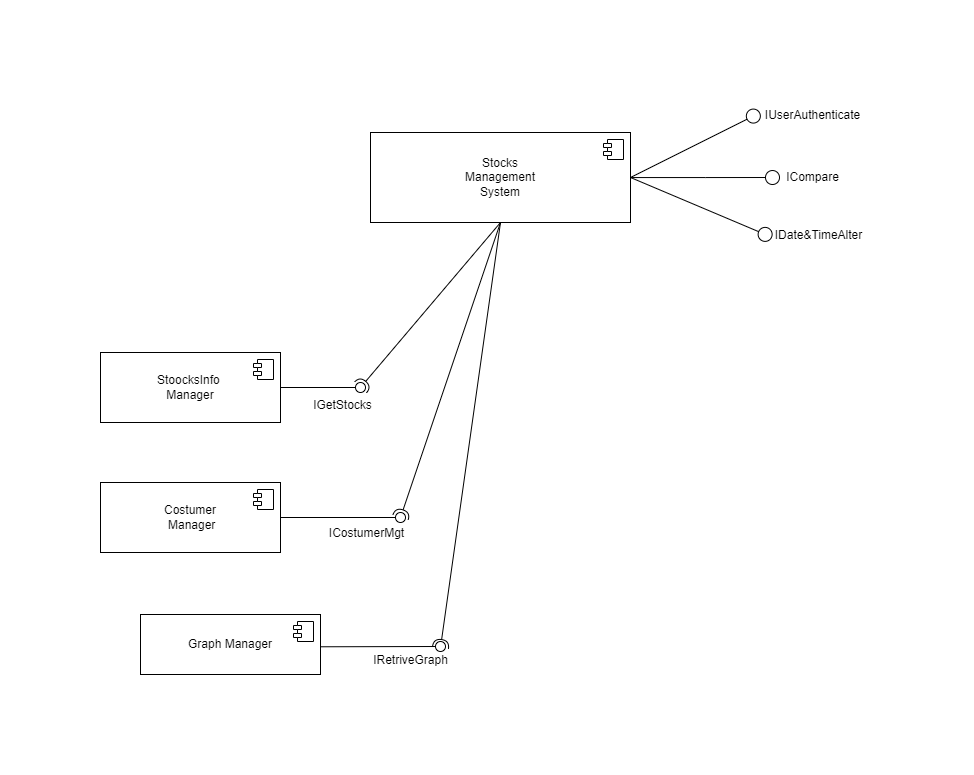
Above: Documentation/Graphical models/Initial_System_Artitecture.png in MMadejsza/Architecture_and_Design-_CW_-Java-Javalin-JS (draw.io), before the change. Source tidied: cells renumbered, new cells last; positions are measured from the earlier drawing's top-left corner, leaving out a move shared by most shapes. The source it was exported from:
```xml
<mxGraphModel>
  <root>
    <mxCell id="0" />
    <mxCell id="1" parent="0" />
    <mxCell id="2" style="rounded=0;jettySize=auto;html=1;endArrow=circle;endFill=0;exitX=1;exitY=0.5;exitDx=0;exitDy=0;" parent="1" edge="1" source="5">
      <mxGeometry relative="1" as="geometry">
        <mxPoint x="660" y="12" as="targetPoint" />
      </mxGeometry>
    </mxCell>
    <mxCell id="3" style="edgeStyle=orthogonalEdgeStyle;rounded=0;jettySize=auto;html=1;endArrow=circle;endFill=0;" parent="1" edge="1" source="5">
      <mxGeometry relative="1" as="geometry">
        <mxPoint x="680" y="77" as="targetPoint" />
      </mxGeometry>
    </mxCell>
    <mxCell id="4" style="rounded=0;jettySize=auto;html=1;exitX=1;exitY=0.5;exitDx=0;exitDy=0;endArrow=circle;endFill=0;" parent="1" edge="1" source="5">
      <mxGeometry relative="1" as="geometry">
        <mxPoint x="672" y="137" as="targetPoint" />
      </mxGeometry>
    </mxCell>
    <mxCell id="5" value="Stocks &lt;br&gt;Management &lt;br&gt;System" style="html=1;whiteSpace=wrap;" parent="1" vertex="1">
      <mxGeometry x="270" y="32" width="260" height="90" as="geometry" />
    </mxCell>
    <mxCell id="6" style="shape=module;jettyWidth=8;jettyHeight=4;" parent="5" vertex="1">
      <mxGeometry x="1" width="20" height="20" relative="1" as="geometry">
        <mxPoint x="-27" y="7" as="offset" />
      </mxGeometry>
    </mxCell>
    <mxCell id="7" value="Costumer&lt;br&gt;&amp;nbsp;Manager" style="html=1;whiteSpace=wrap;" parent="1" vertex="1">
      <mxGeometry y="382" width="180" height="70" as="geometry" />
    </mxCell>
    <mxCell id="8" style="shape=module;jettyWidth=8;jettyHeight=4;" parent="7" vertex="1">
      <mxGeometry x="1" width="20" height="20" relative="1" as="geometry">
        <mxPoint x="-27" y="7" as="offset" />
      </mxGeometry>
    </mxCell>
    <mxCell id="9" value="StoocksInfo&amp;nbsp;&lt;br&gt;Manager" style="html=1;whiteSpace=wrap;" parent="1" vertex="1">
      <mxGeometry y="252" width="180" height="70" as="geometry" />
    </mxCell>
    <mxCell id="10" style="shape=module;jettyWidth=8;jettyHeight=4;" parent="9" vertex="1">
      <mxGeometry x="1" width="20" height="20" relative="1" as="geometry">
        <mxPoint x="-27" y="7" as="offset" />
      </mxGeometry>
    </mxCell>
    <mxCell id="11" value="Graph Manager" style="html=1;whiteSpace=wrap;" parent="1" vertex="1">
      <mxGeometry x="40" y="514" width="180" height="60" as="geometry" />
    </mxCell>
    <mxCell id="12" style="shape=module;jettyWidth=8;jettyHeight=4;" parent="11" vertex="1">
      <mxGeometry x="1" width="20" height="20" relative="1" as="geometry">
        <mxPoint x="-27" y="7" as="offset" />
      </mxGeometry>
    </mxCell>
    <mxCell id="13" style="rounded=0;jettySize=auto;html=1;endArrow=halfCircle;endFill=0;endSize=6;strokeWidth=1;sketch=0;exitX=0.5;exitY=1;exitDx=0;exitDy=0;" parent="1" edge="1" source="5" target="15">
      <mxGeometry relative="1" as="geometry" />
    </mxCell>
    <mxCell id="14" style="rounded=0;jettySize=auto;html=1;endArrow=oval;endFill=0;sketch=0;sourcePerimeterSpacing=0;targetPerimeterSpacing=0;endSize=10;exitX=1;exitY=0.5;exitDx=0;exitDy=0;" parent="1" edge="1" source="9" target="15">
      <mxGeometry relative="1" as="geometry" />
    </mxCell>
    <mxCell id="15" style="ellipse;whiteSpace=wrap;html=1;align=center;fillColor=none;strokeColor=none;perimeter=centerPerimeter;points=[];outlineConnect=1;" parent="1" vertex="1">
      <mxGeometry x="255" y="282" width="10" height="10" as="geometry" />
    </mxCell>
    <mxCell id="16" style="rounded=0;jettySize=auto;html=1;endArrow=halfCircle;endFill=0;endSize=6;strokeWidth=1;sketch=0;exitX=0.5;exitY=1;exitDx=0;exitDy=0;" parent="1" edge="1" source="5" target="18">
      <mxGeometry relative="1" as="geometry" />
    </mxCell>
    <mxCell id="17" style="rounded=0;jettySize=auto;html=1;endArrow=oval;endFill=0;sketch=0;sourcePerimeterSpacing=0;targetPerimeterSpacing=0;endSize=10;exitX=1;exitY=0.5;exitDx=0;exitDy=0;" parent="1" edge="1" source="7" target="18">
      <mxGeometry relative="1" as="geometry" />
    </mxCell>
    <mxCell id="18" style="ellipse;whiteSpace=wrap;html=1;align=center;fillColor=none;strokeColor=none;perimeter=centerPerimeter;points=[];outlineConnect=1;" parent="1" vertex="1">
      <mxGeometry x="295" y="412" width="10" height="10" as="geometry" />
    </mxCell>
    <mxCell id="19" style="rounded=0;jettySize=auto;html=1;endArrow=halfCircle;endFill=0;endSize=6;strokeWidth=1;sketch=0;exitX=0.5;exitY=1;exitDx=0;exitDy=0;" parent="1" edge="1" source="5" target="21">
      <mxGeometry relative="1" as="geometry" />
    </mxCell>
    <mxCell id="20" style="rounded=0;jettySize=auto;html=1;endArrow=oval;endFill=0;sketch=0;sourcePerimeterSpacing=0;targetPerimeterSpacing=0;endSize=10;exitX=1;exitY=0.538;exitDx=0;exitDy=0;exitPerimeter=0;" parent="1" edge="1" source="11">
      <mxGeometry relative="1" as="geometry">
        <mxPoint x="340" y="546" as="targetPoint" />
      </mxGeometry>
    </mxCell>
    <mxCell id="21" style="ellipse;whiteSpace=wrap;html=1;align=center;fillColor=none;strokeColor=none;perimeter=centerPerimeter;points=[];outlineConnect=1;" parent="1" vertex="1">
      <mxGeometry x="335" y="542" width="10" height="10" as="geometry" />
    </mxCell>
    <mxCell id="22" style="edgeStyle=orthogonalEdgeStyle;rounded=0;orthogonalLoop=1;jettySize=auto;html=1;exitX=0.5;exitY=1;exitDx=0;exitDy=0;" parent="1" edge="1" source="7" target="7">
      <mxGeometry relative="1" as="geometry" />
    </mxCell>
    <mxCell id="23" value="IUserAuthenticate" style="text;html=1;align=center;verticalAlign=middle;strokeColor=none;fillColor=none;" parent="1" vertex="1">
      <mxGeometry x="652" width="120" height="30" as="geometry" />
    </mxCell>
    <mxCell id="24" value="ICompare" style="text;html=1;align=center;verticalAlign=middle;strokeColor=none;fillColor=none;" parent="1" vertex="1">
      <mxGeometry x="672" y="62" width="80" height="30" as="geometry" />
    </mxCell>
    <mxCell id="25" value="IDate&amp;amp;TimeAlter" style="text;html=1;align=center;verticalAlign=middle;points=[];strokeColor=none;fillColor=none;" parent="1" vertex="1">
      <mxGeometry x="663" y="120" width="110" height="30" as="geometry" />
    </mxCell>
    <mxCell id="26" value="IGetStocks" style="text;html=1;align=center;verticalAlign=middle;strokeColor=none;fillColor=none;" parent="1" vertex="1">
      <mxGeometry x="202" y="290" width="80" height="30" as="geometry" />
    </mxCell>
    <mxCell id="27" value="ICostumerMgt" style="text;html=1;align=center;verticalAlign=middle;strokeColor=none;fillColor=none;" parent="1" vertex="1">
      <mxGeometry x="216" y="418" width="100" height="30" as="geometry" />
    </mxCell>
    <mxCell id="28" value="IRetriveGraph" style="text;html=1;align=center;verticalAlign=middle;strokeColor=none;fillColor=none;" parent="1" vertex="1">
      <mxGeometry x="260" y="545" width="100" height="30" as="geometry" />
    </mxCell>
  </root>
</mxGraphModel>
```
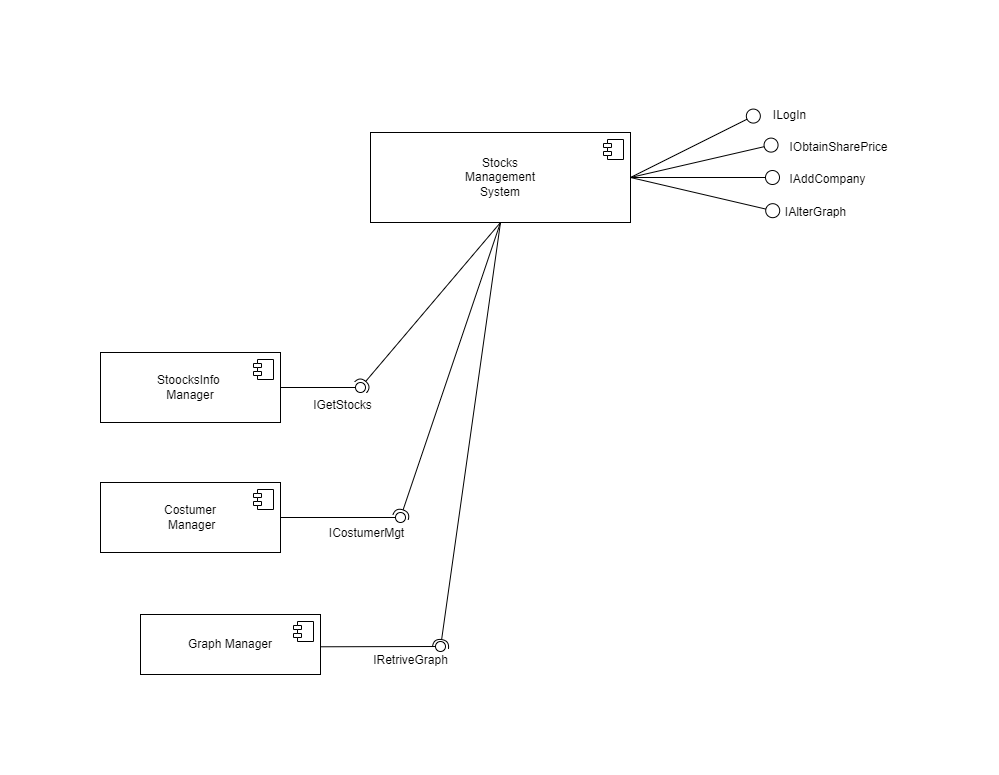
Above is the later version.

What changed in the source:
```diff
@@ -2,102 +2,110 @@
   <root>
     <mxCell id="0" />
     <mxCell id="1" parent="0" />
-    <mxCell id="2" style="rounded=0;jettySize=auto;html=1;endArrow=circle;endFill=0;exitX=1;exitY=0.5;exitDx=0;exitDy=0;" parent="1" edge="1" source="5">
+    <mxCell id="2" style="rounded=0;jettySize=auto;html=1;endArrow=circle;endFill=0;exitX=1;exitY=0.5;exitDx=0;exitDy=0;" parent="1" edge="1" source="6">
       <mxGeometry relative="1" as="geometry">
         <mxPoint x="660" y="12" as="targetPoint" />
       </mxGeometry>
     </mxCell>
-    <mxCell id="3" style="edgeStyle=orthogonalEdgeStyle;rounded=0;jettySize=auto;html=1;endArrow=circle;endFill=0;" parent="1" edge="1" source="5">
+    <mxCell id="3" style="rounded=0;jettySize=auto;html=1;endArrow=circle;endFill=0;entryX=0.003;entryY=0.36;entryDx=0;entryDy=0;entryPerimeter=0;" parent="1" edge="1" target="25">
       <mxGeometry relative="1" as="geometry">
-        <mxPoint x="680" y="77" as="targetPoint" />
+        <mxPoint x="530" y="77" as="sourcePoint" />
       </mxGeometry>
     </mxCell>
-    <mxCell id="4" style="rounded=0;jettySize=auto;html=1;exitX=1;exitY=0.5;exitDx=0;exitDy=0;endArrow=circle;endFill=0;" parent="1" edge="1" source="5">
+    <mxCell id="4" style="rounded=0;jettySize=auto;html=1;exitX=1;exitY=0.5;exitDx=0;exitDy=0;endArrow=circle;endFill=0;" parent="1" edge="1" source="6">
       <mxGeometry relative="1" as="geometry">
-        <mxPoint x="672" y="137" as="targetPoint" />
+        <mxPoint x="680" y="77" as="targetPoint" />
       </mxGeometry>
     </mxCell>
-    <mxCell id="5" value="Stocks &lt;br&gt;Management &lt;br&gt;System" style="html=1;whiteSpace=wrap;" parent="1" vertex="1">
-      <mxGeometry x="270" y="32" width="260" height="90" as="geometry" />
+    <mxCell id="5" style="rounded=0;jettySize=auto;html=1;endArrow=circle;endFill=0;exitX=1;exitY=0.5;exitDx=0;exitDy=0;" parent="1" edge="1" source="6">
+      <mxGeometry relative="1" as="geometry">
+        <mxPoint x="680" y="112" as="targetPoint" />
+      </mxGeometry>
     </mxCell>
-    <mxCell id="6" style="shape=module;jettyWidth=8;jettyHeight=4;" parent="5" vertex="1">
-      <mxGeometry x="1" width="20" height="20" relative="1" as="geometry">
-        <mxPoint x="-27" y="7" as="offset" />
-      </mxGeometry>
+    <mxCell id="6" value="Stocks &lt;br&gt;Management &lt;br&gt;System" style="html=1;whiteSpace=wrap;" parent="1" vertex="1">
+      <mxGeometry x="270" y="32" width="260" height="90" as="geometry" />
     </mxCell>
-    <mxCell id="7" value="Costumer&lt;br&gt;&amp;nbsp;Manager" style="html=1;whiteSpace=wrap;" parent="1" vertex="1">
-      <mxGeometry y="382" width="180" height="70" as="geometry" />
+    <mxCell id="7" style="shape=module;jettyWidth=8;jettyHeight=4;" parent="6" vertex="1">
+      <mxGeometry x="1" width="20" height="20" relative="1" as="geometry">
+        <mxPoint x="-27" y="7" as="offset" />
+      </mxGeometry>
     </mxCell>
-    <mxCell id="8" style="shape=module;jettyWidth=8;jettyHeight=4;" parent="7" vertex="1">
-      <mxGeometry x="1" width="20" height="20" relative="1" as="geometry">
-        <mxPoint x="-27" y="7" as="offset" />
-      </mxGeometry>
+    <mxCell id="8" value="Costumer&lt;br&gt;&amp;nbsp;Manager" style="html=1;whiteSpace=wrap;" parent="1" vertex="1">
+      <mxGeometry y="382" width="180" height="70" as="geometry" />
     </mxCell>
-    <mxCell id="9" value="StoocksInfo&amp;nbsp;&lt;br&gt;Manager" style="html=1;whiteSpace=wrap;" parent="1" vertex="1">
-      <mxGeometry y="252" width="180" height="70" as="geometry" />
+    <mxCell id="9" style="shape=module;jettyWidth=8;jettyHeight=4;" parent="8" vertex="1">
+      <mxGeometry x="1" width="20" height="20" relative="1" as="geometry">
+        <mxPoint x="-27" y="7" as="offset" />
+      </mxGeometry>
     </mxCell>
-    <mxCell id="10" style="shape=module;jettyWidth=8;jettyHeight=4;" parent="9" vertex="1">
-      <mxGeometry x="1" width="20" height="20" relative="1" as="geometry">
-        <mxPoint x="-27" y="7" as="offset" />
-      </mxGeometry>
+    <mxCell id="10" value="StoocksInfo&amp;nbsp;&lt;br&gt;Manager" style="html=1;whiteSpace=wrap;" parent="1" vertex="1">
+      <mxGeometry y="252" width="180" height="70" as="geometry" />
     </mxCell>
-    <mxCell id="11" value="Graph Manager" style="html=1;whiteSpace=wrap;" parent="1" vertex="1">
-      <mxGeometry x="40" y="514" width="180" height="60" as="geometry" />
+    <mxCell id="11" style="shape=module;jettyWidth=8;jettyHeight=4;" parent="10" vertex="1">
+      <mxGeometry x="1" width="20" height="20" relative="1" as="geometry">
+        <mxPoint x="-27" y="7" as="offset" />
+      </mxGeometry>
     </mxCell>
-    <mxCell id="12" style="shape=module;jettyWidth=8;jettyHeight=4;" parent="11" vertex="1">
-      <mxGeometry x="1" width="20" height="20" relative="1" as="geometry">
-        <mxPoint x="-27" y="7" as="offset" />
-      </mxGeometry>
+    <mxCell id="12" value="Graph Manager" style="html=1;whiteSpace=wrap;" parent="1" vertex="1">
+      <mxGeometry x="40" y="514" width="180" height="60" as="geometry" />
     </mxCell>
-    <mxCell id="13" style="rounded=0;jettySize=auto;html=1;endArrow=halfCircle;endFill=0;endSize=6;strokeWidth=1;sketch=0;exitX=0.5;exitY=1;exitDx=0;exitDy=0;" parent="1" edge="1" source="5" target="15">
-      <mxGeometry relative="1" as="geometry" />
+    <mxCell id="13" style="shape=module;jettyWidth=8;jettyHeight=4;" parent="12" vertex="1">
+      <mxGeometry x="1" width="20" height="20" relative="1" as="geometry">
+        <mxPoint x="-27" y="7" as="offset" />
+      </mxGeometry>
     </mxCell>
-    <mxCell id="14" style="rounded=0;jettySize=auto;html=1;endArrow=oval;endFill=0;sketch=0;sourcePerimeterSpacing=0;targetPerimeterSpacing=0;endSize=10;exitX=1;exitY=0.5;exitDx=0;exitDy=0;" parent="1" edge="1" source="9" target="15">
+    <mxCell id="14" style="rounded=0;jettySize=auto;html=1;endArrow=halfCircle;endFill=0;endSize=6;strokeWidth=1;sketch=0;exitX=0.5;exitY=1;exitDx=0;exitDy=0;" parent="1" edge="1" source="6" target="16">
       <mxGeometry relative="1" as="geometry" />
     </mxCell>
-    <mxCell id="15" style="ellipse;whiteSpace=wrap;html=1;align=center;fillColor=none;strokeColor=none;perimeter=centerPerimeter;points=[];outlineConnect=1;" parent="1" vertex="1">
-      <mxGeometry x="255" y="282" width="10" height="10" as="geometry" />
+    <mxCell id="15" style="rounded=0;jettySize=auto;html=1;endArrow=oval;endFill=0;sketch=0;sourcePerimeterSpacing=0;targetPerimeterSpacing=0;endSize=10;exitX=1;exitY=0.5;exitDx=0;exitDy=0;" parent="1" edge="1" source="10" target="16">
+      <mxGeometry relative="1" as="geometry" />
     </mxCell>
-    <mxCell id="16" style="rounded=0;jettySize=auto;html=1;endArrow=halfCircle;endFill=0;endSize=6;strokeWidth=1;sketch=0;exitX=0.5;exitY=1;exitDx=0;exitDy=0;" parent="1" edge="1" source="5" target="18">
-      <mxGeometry relative="1" as="geometry" />
+    <mxCell id="16" style="ellipse;whiteSpace=wrap;html=1;align=center;fillColor=none;strokeColor=none;perimeter=centerPerimeter;points=[];outlineConnect=1;" parent="1" vertex="1">
+      <mxGeometry x="255" y="282" width="10" height="10" as="geometry" />
     </mxCell>
-    <mxCell id="17" style="rounded=0;jettySize=auto;html=1;endArrow=oval;endFill=0;sketch=0;sourcePerimeterSpacing=0;targetPerimeterSpacing=0;endSize=10;exitX=1;exitY=0.5;exitDx=0;exitDy=0;" parent="1" edge="1" source="7" target="18">
+    <mxCell id="17" style="rounded=0;jettySize=auto;html=1;endArrow=halfCircle;endFill=0;endSize=6;strokeWidth=1;sketch=0;exitX=0.5;exitY=1;exitDx=0;exitDy=0;" parent="1" edge="1" source="6" target="19">
       <mxGeometry relative="1" as="geometry" />
     </mxCell>
-    <mxCell id="18" style="ellipse;whiteSpace=wrap;html=1;align=center;fillColor=none;strokeColor=none;perimeter=centerPerimeter;points=[];outlineConnect=1;" parent="1" vertex="1">
-      <mxGeometry x="295" y="412" width="10" height="10" as="geometry" />
+    <mxCell id="18" style="rounded=0;jettySize=auto;html=1;endArrow=oval;endFill=0;sketch=0;sourcePerimeterSpacing=0;targetPerimeterSpacing=0;endSize=10;exitX=1;exitY=0.5;exitDx=0;exitDy=0;" parent="1" edge="1" source="8" target="19">
+      <mxGeometry relative="1" as="geometry" />
     </mxCell>
-    <mxCell id="19" style="rounded=0;jettySize=auto;html=1;endArrow=halfCircle;endFill=0;endSize=6;strokeWidth=1;sketch=0;exitX=0.5;exitY=1;exitDx=0;exitDy=0;" parent="1" edge="1" source="5" target="21">
-      <mxGeometry relative="1" as="geometry" />
+    <mxCell id="19" style="ellipse;whiteSpace=wrap;html=1;align=center;fillColor=none;strokeColor=none;perimeter=centerPerimeter;points=[];outlineConnect=1;" parent="1" vertex="1">
+      <mxGeometry x="295" y="412" width="10" height="10" as="geometry" />
     </mxCell>
-    <mxCell id="20" style="rounded=0;jettySize=auto;html=1;endArrow=oval;endFill=0;sketch=0;sourcePerimeterSpacing=0;targetPerimeterSpacing=0;endSize=10;exitX=1;exitY=0.538;exitDx=0;exitDy=0;exitPerimeter=0;" parent="1" edge="1" source="11">
-      <mxGeometry relative="1" as="geometry">
-        <mxPoint x="340" y="546" as="targetPoint" />
-      </mxGeometry>
+    <mxCell id="20" style="rounded=0;jettySize=auto;html=1;endArrow=halfCircle;endFill=0;endSize=6;strokeWidth=1;sketch=0;exitX=0.5;exitY=1;exitDx=0;exitDy=0;" parent="1" edge="1" source="6" target="22">
+      <mxGeometry relative="1" as="geometry" />
     </mxCell>
-    <mxCell id="21" style="ellipse;whiteSpace=wrap;html=1;align=center;fillColor=none;strokeColor=none;perimeter=centerPerimeter;points=[];outlineConnect=1;" parent="1" vertex="1">
-      <mxGeometry x="335" y="542" width="10" height="10" as="geometry" />
+    <mxCell id="21" style="rounded=0;jettySize=auto;html=1;endArrow=oval;endFill=0;sketch=0;sourcePerimeterSpacing=0;targetPerimeterSpacing=0;endSize=10;exitX=1;exitY=0.538;exitDx=0;exitDy=0;exitPerimeter=0;" parent="1" edge="1" source="12">
+      <mxGeometry relative="1" as="geometry">
+        <mxPoint x="340" y="546" as="targetPoint" />
+      </mxGeometry>
     </mxCell>
-    <mxCell id="22" style="edgeStyle=orthogonalEdgeStyle;rounded=0;orthogonalLoop=1;jettySize=auto;html=1;exitX=0.5;exitY=1;exitDx=0;exitDy=0;" parent="1" edge="1" source="7" target="7">
-      <mxGeometry relative="1" as="geometry" />
+    <mxCell id="22" style="ellipse;whiteSpace=wrap;html=1;align=center;fillColor=none;strokeColor=none;perimeter=centerPerimeter;points=[];outlineConnect=1;" parent="1" vertex="1">
+      <mxGeometry x="335" y="542" width="10" height="10" as="geometry" />
     </mxCell>
-    <mxCell id="23" value="IUserAuthenticate" style="text;html=1;align=center;verticalAlign=middle;strokeColor=none;fillColor=none;" parent="1" vertex="1">
-      <mxGeometry x="652" width="120" height="30" as="geometry" />
+    <mxCell id="23" style="edgeStyle=orthogonalEdgeStyle;rounded=0;orthogonalLoop=1;jettySize=auto;html=1;exitX=0.5;exitY=1;exitDx=0;exitDy=0;" parent="1" edge="1" source="8" target="8">
+      <mxGeometry relative="1" as="geometry" />
     </mxCell>
-    <mxCell id="24" value="ICompare" style="text;html=1;align=center;verticalAlign=middle;strokeColor=none;fillColor=none;" parent="1" vertex="1">
-      <mxGeometry x="672" y="62" width="80" height="30" as="geometry" />
+    <mxCell id="24" value="ILogIn" style="text;html=1;align=center;verticalAlign=middle;strokeColor=none;fillColor=none;" parent="1" vertex="1">
+      <mxGeometry x="659" width="60" height="30" as="geometry" />
     </mxCell>
-    <mxCell id="25" value="IDate&amp;amp;TimeAlter" style="text;html=1;align=center;verticalAlign=middle;points=[];strokeColor=none;fillColor=none;" parent="1" vertex="1">
-      <mxGeometry x="663" y="120" width="110" height="30" as="geometry" />
+    <mxCell id="25" value="IObtainSharePrice" style="text;html=1;align=center;verticalAlign=middle;points=[];strokeColor=none;fillColor=none;" parent="1" vertex="1">
+      <mxGeometry x="678" y="32" width="120" height="30" as="geometry" />
     </mxCell>
-    <mxCell id="26" value="IGetStocks" style="text;html=1;align=center;verticalAlign=middle;strokeColor=none;fillColor=none;" parent="1" vertex="1">
-      <mxGeometry x="202" y="290" width="80" height="30" as="geometry" />
+    <mxCell id="26" value="IAddCompany" style="text;html=1;align=center;verticalAlign=middle;strokeColor=none;fillColor=none;" parent="1" vertex="1">
+      <mxGeometry x="677" y="64" width="100" height="30" as="geometry" />
     </mxCell>
-    <mxCell id="27" value="ICostumerMgt" style="text;html=1;align=center;verticalAlign=middle;strokeColor=none;fillColor=none;" parent="1" vertex="1">
-      <mxGeometry x="216" y="418" width="100" height="30" as="geometry" />
+    <mxCell id="27" value="IGetStocks" style="text;html=1;align=center;verticalAlign=middle;strokeColor=none;fillColor=none;" parent="1" vertex="1">
+      <mxGeometry x="202" y="290" width="80" height="30" as="geometry" />
     </mxCell>
-    <mxCell id="28" value="IRetriveGraph" style="text;html=1;align=center;verticalAlign=middle;strokeColor=none;fillColor=none;" parent="1" vertex="1">
-      <mxGeometry x="260" y="545" width="100" height="30" as="geometry" />
+    <mxCell id="28" value="ICostumerMgt" style="text;html=1;align=center;verticalAlign=middle;strokeColor=none;fillColor=none;" parent="1" vertex="1">
+      <mxGeometry x="216" y="418" width="100" height="30" as="geometry" />
     </mxCell>
+    <mxCell id="29" value="IRetriveGraph" style="text;html=1;align=center;verticalAlign=middle;strokeColor=none;fillColor=none;" parent="1" vertex="1">
+      <mxGeometry x="260" y="545" width="100" height="30" as="geometry" />
+    </mxCell>
+    <mxCell id="30" value="IAlterGraph" style="text;html=1;align=center;verticalAlign=middle;strokeColor=none;fillColor=none;" parent="1" vertex="1">
+      <mxGeometry x="675" y="97" width="80" height="30" as="geometry" />
+    </mxCell>
   </root>
 </mxGraphModel>
```
